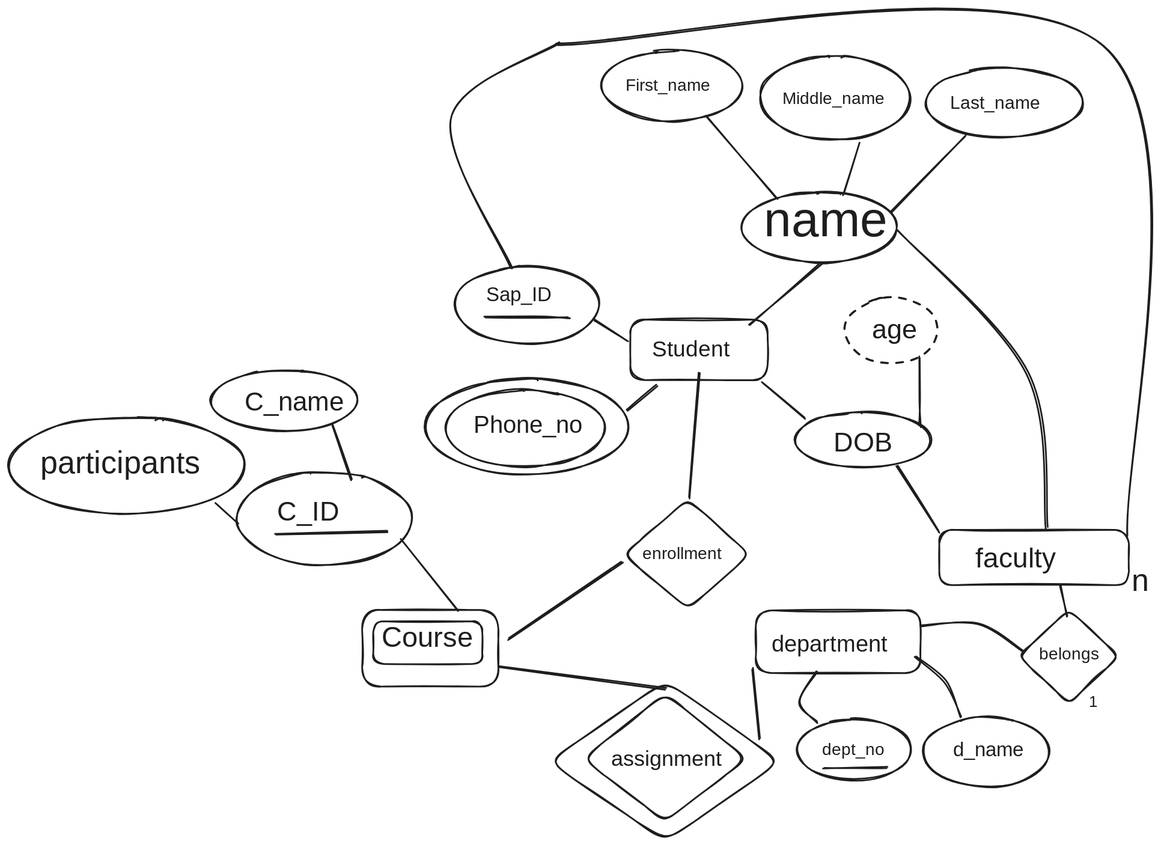
The Excalidraw diagram Notes Factory/Semister 3/Rough Work/t1.excalidraw.svg in P7XCKD/NF, before a commit. Source tidied: one line per element, renumbered; positions are measured from the earlier drawing's top-left corner, leaving out a move shared by most shapes.
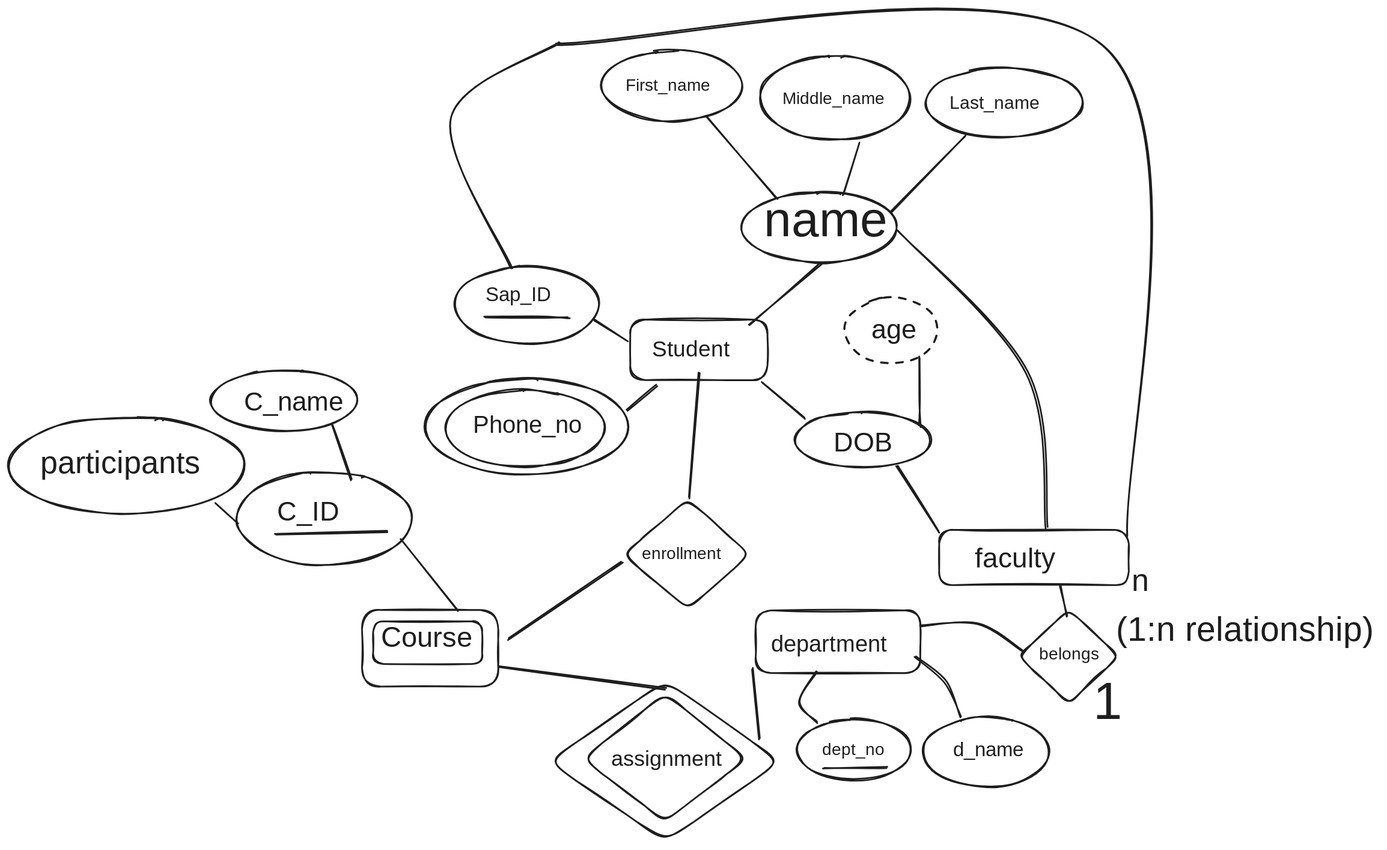
Above is the later version.

The edit, as a diff of the source:
```diff
@@ -67,5 +67,6 @@
 {"id": 66, "type": "diamond", "strokeColor": "#1e1e1e", "strokeWidth": 2, "roughness": 1, "round": true, "x": 1201, "y": 673, "width": 120, "height": 112}
 {"id": 67, "type": "text", "text": "belongs", "strokeColor": "#1e1e1e", "strokeWidth": 2, "roughness": 1, "fontSize": 20, "fontFamily": 1, "x": 1225, "y": 714, "width": 68, "height": 25}
 {"id": 68, "type": "line", "strokeColor": "#1e1e1e", "strokeWidth": 2, "roughness": 1, "round": true, "x": 1259, "y": 681, "width": 8, "height": 36, "points": [[0, 0], [-8, -36]]}
-{"id": 69, "type": "text", "text": "1", "strokeColor": "#1e1e1e", "strokeWidth": 2, "roughness": 1, "fontSize": 18.67, "fontFamily": 1, "x": 1285, "y": 772, "width": 5, "height": 23}
+{"id": 69, "type": "text", "text": "1", "strokeColor": "#1e1e1e", "strokeWidth": 2, "roughness": 1, "fontSize": 62.05, "fontFamily": 1, "x": 1289, "y": 747, "width": 17, "height": 78}
 {"id": 70, "type": "text", "text": "n", "strokeColor": "#1e1e1e", "strokeWidth": 2, "roughness": 1, "fontSize": 37.26, "fontFamily": 1, "x": 1335, "y": 617, "width": 17, "height": 47}
+{"id": 71, "type": "text", "text": "(1:n relationship)", "strokeColor": "#1e1e1e", "strokeWidth": 2, "roughness": 1, "fontSize": 40.58, "fontFamily": 1, "x": 1316, "y": 674, "width": 312, "height": 51}
```
